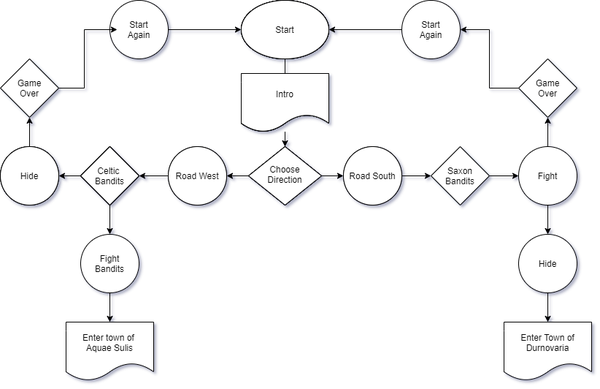
Earlier version of the draw.io export assets/flowchart_main.png (tadhgnolan/fall-of-roman-britain). Source tidied: cells renumbered, new cells last; positions are measured from the earlier drawing's top-left corner, leaving out a move shared by most shapes.
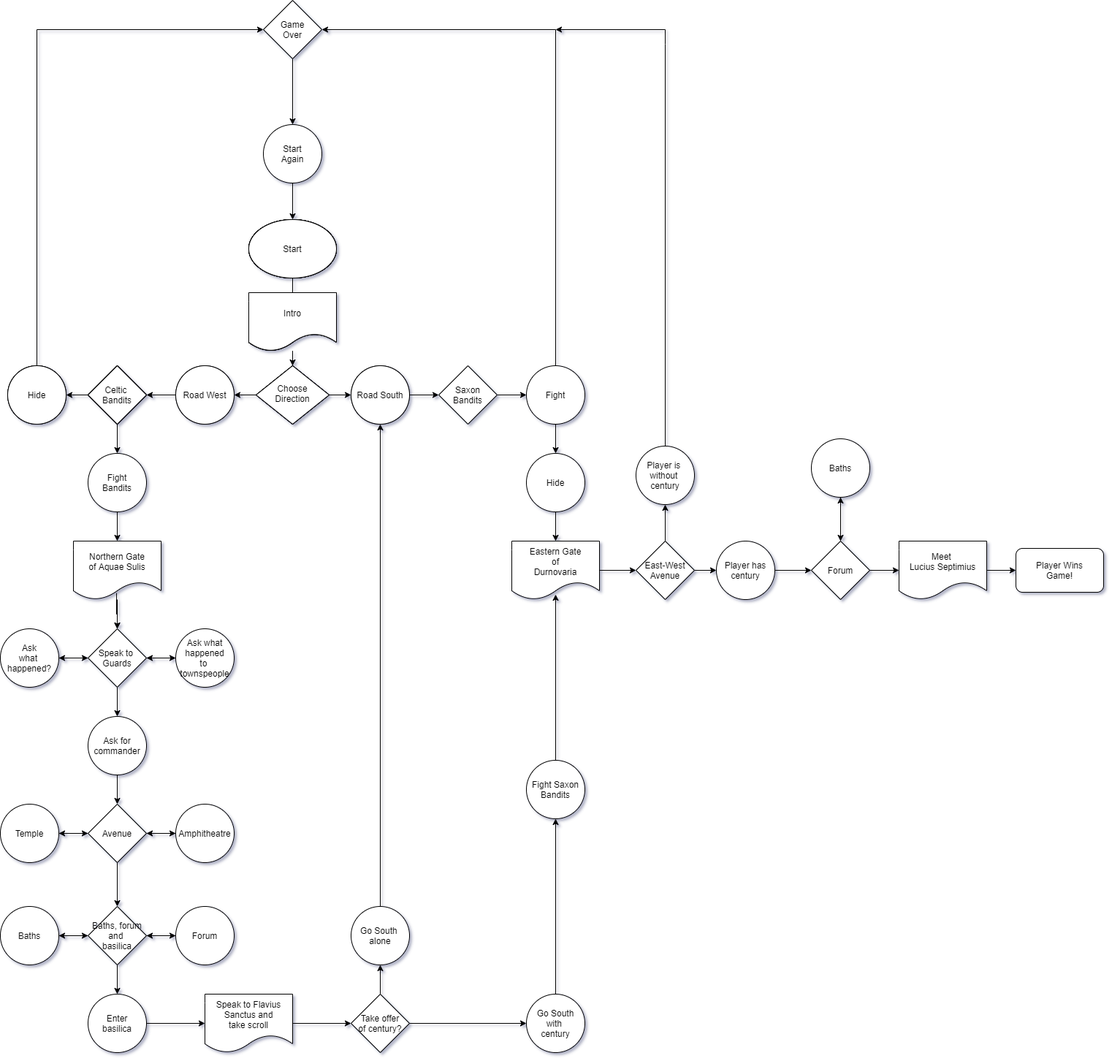
Later version of the same file.

Commit message:
Add revised flow chart

The edit, as a diff of the source:
```diff
@@ -68,9 +68,13 @@
     <mxCell id="22" value="Intro" style="shape=document;whiteSpace=wrap;html=1;boundedLbl=1;" parent="1" vertex="1">
       <mxGeometry x="330" y="100" width="120" height="80" as="geometry" />
     </mxCell>
-    <mxCell id="23" style="edgeStyle=orthogonalEdgeStyle;rounded=0;jettySize=auto;html=1;entryX=0.5;entryY=1;entryDx=0;entryDy=0;" parent="1" edge="1" source="24" target="55">
-      <mxGeometry relative="1" as="geometry" />
-    </mxCell>
+    <mxCell id="56" style="edgeStyle=orthogonalEdgeStyle;rounded=0;jettySize=auto;html=1;entryX=0;entryY=0.5;entryDx=0;entryDy=0;" parent="1" edge="1" source="24" target="64">
+      <mxGeometry relative="1" as="geometry">
+        <Array as="points">
+          <mxPoint x="40" y="-260" />
+        </Array>
+      </mxGeometry>
+    </mxCell>
     <mxCell id="24" value="Hide" style="ellipse;whiteSpace=wrap;html=1;" parent="1" vertex="1">
       <mxGeometry y="200" width="80" height="80" as="geometry" />
     </mxCell>
@@ -122,38 +126,39 @@
     <mxCell id="40" value="Road West" style="ellipse;whiteSpace=wrap;html=1;" parent="1" vertex="1">
       <mxGeometry x="230" y="200" width="80" height="80" as="geometry" />
     </mxCell>
+    <mxCell id="57" style="edgeStyle=orthogonalEdgeStyle;rounded=0;jettySize=auto;html=1;entryX=0.5;entryY=0;entryDx=0;entryDy=0;" parent="1" edge="1" source="41" target="68">
+      <mxGeometry relative="1" as="geometry" />
+    </mxCell>
+    <mxCell id="58" style="edgeStyle=orthogonalEdgeStyle;rounded=0;jettySize=auto;html=1;exitX=0.492;exitY=0.888;exitDx=0;exitDy=0;exitPerimeter=0;" parent="1" edge="1" source="41" target="68">
+      <mxGeometry relative="1" as="geometry" />
+    </mxCell>
-    <mxCell id="41" value="Enter town of&amp;nbsp;&lt;br&gt;Aquae Sulis" style="shape=document;whiteSpace=wrap;html=1;boundedLbl=1;" parent="1" vertex="1">
+    <mxCell id="41" value="Northern Gate&lt;br&gt;of Aquae Sulis" style="shape=document;whiteSpace=wrap;html=1;boundedLbl=1;" parent="1" vertex="1">
       <mxGeometry x="90" y="440" width="120" height="80" as="geometry" />
     </mxCell>
-    <mxCell id="42" style="edgeStyle=orthogonalEdgeStyle;rounded=0;jettySize=auto;html=1;" parent="1" edge="1" source="44" target="46">
-      <mxGeometry relative="1" as="geometry" />
-    </mxCell>
     <mxCell id="43" style="edgeStyle=orthogonalEdgeStyle;rounded=0;jettySize=auto;html=1;" parent="1" edge="1" source="44" target="53">
       <mxGeometry relative="1" as="geometry" />
     </mxCell>
+    <mxCell id="59" style="edgeStyle=orthogonalEdgeStyle;rounded=0;jettySize=auto;html=1;" parent="1" edge="1" source="44" target="64">
+      <mxGeometry relative="1" as="geometry">
+        <Array as="points">
+          <mxPoint x="750" y="-260" />
+        </Array>
+      </mxGeometry>
+    </mxCell>
     <mxCell id="44" value="Fight" style="ellipse;whiteSpace=wrap;html=1;" parent="1" vertex="1">
       <mxGeometry x="710" y="200" width="80" height="80" as="geometry" />
     </mxCell>
-    <mxCell id="45" style="edgeStyle=orthogonalEdgeStyle;rounded=0;jettySize=auto;html=1;" parent="1" edge="1" source="46" target="48">
-      <mxGeometry relative="1" as="geometry" />
-    </mxCell>
-    <mxCell id="46" value="Game&lt;br&gt;Over" style="rhombus;whiteSpace=wrap;html=1;" parent="1" vertex="1">
-      <mxGeometry x="710" y="80" width="80" height="80" as="geometry" />
-    </mxCell>
-    <mxCell id="47" style="edgeStyle=orthogonalEdgeStyle;rounded=0;jettySize=auto;html=1;" parent="1" edge="1" source="48" target="32">
-      <mxGeometry relative="1" as="geometry" />
-    </mxCell>
-    <mxCell id="48" value="Start&lt;br&gt;Again" style="ellipse;whiteSpace=wrap;html=1;" parent="1" vertex="1">
-      <mxGeometry x="550" width="80" height="80" as="geometry" />
-    </mxCell>
+    <mxCell id="60" style="edgeStyle=orthogonalEdgeStyle;rounded=0;jettySize=auto;html=1;" parent="1" edge="1" source="49" target="106">
+      <mxGeometry relative="1" as="geometry" />
+    </mxCell>
-    <mxCell id="49" value="Enter Town of&lt;br&gt;Durnovaria" style="shape=document;whiteSpace=wrap;html=1;boundedLbl=1;" parent="1" vertex="1">
+    <mxCell id="49" value="Eastern Gate&lt;br&gt;of&lt;br&gt;Durnovaria" style="shape=document;whiteSpace=wrap;html=1;boundedLbl=1;" parent="1" vertex="1">
       <mxGeometry x="690" y="440" width="120" height="80" as="geometry" />
     </mxCell>
-    <mxCell id="50" style="edgeStyle=orthogonalEdgeStyle;rounded=0;jettySize=auto;html=1;entryX=0;entryY=0.5;entryDx=0;entryDy=0;" parent="1" edge="1" source="51" target="32">
-      <mxGeometry relative="1" as="geometry" />
-    </mxCell>
+    <mxCell id="61" style="edgeStyle=orthogonalEdgeStyle;rounded=0;jettySize=auto;html=1;" parent="1" edge="1" source="51" target="62">
+      <mxGeometry relative="1" as="geometry" />
+    </mxCell>
     <mxCell id="51" value="Start&lt;br&gt;Again" style="ellipse;whiteSpace=wrap;html=1;" parent="1" vertex="1">
-      <mxGeometry x="150" width="80" height="80" as="geometry" />
+      <mxGeometry x="350" y="-130" width="80" height="80" as="geometry" />
     </mxCell>
     <mxCell id="52" style="edgeStyle=orthogonalEdgeStyle;rounded=0;jettySize=auto;html=1;" parent="1" edge="1" source="53" target="49">
       <mxGeometry relative="1" as="geometry" />
@@ -161,11 +166,186 @@
     <mxCell id="53" value="Hide" style="ellipse;whiteSpace=wrap;html=1;" parent="1" vertex="1">
       <mxGeometry x="710" y="320" width="80" height="80" as="geometry" />
     </mxCell>
-    <mxCell id="54" style="edgeStyle=orthogonalEdgeStyle;rounded=0;jettySize=auto;html=1;entryX=0.125;entryY=0.5;entryDx=0;entryDy=0;entryPerimeter=0;" parent="1" edge="1" source="55" target="51">
-      <mxGeometry relative="1" as="geometry" />
-    </mxCell>
-    <mxCell id="55" value="Game&lt;br&gt;Over" style="rhombus;whiteSpace=wrap;html=1;" parent="1" vertex="1">
-      <mxGeometry y="80" width="80" height="80" as="geometry" />
-    </mxCell>
+    <mxCell id="62" value="Start" style="ellipse;whiteSpace=wrap;html=1;" parent="1" vertex="1">
+      <mxGeometry x="330" width="120" height="80" as="geometry" />
+    </mxCell>
+    <mxCell id="63" style="edgeStyle=orthogonalEdgeStyle;rounded=0;jettySize=auto;html=1;" parent="1" edge="1" source="64" target="51">
+      <mxGeometry relative="1" as="geometry" />
+    </mxCell>
+    <mxCell id="64" value="Game&lt;br&gt;Over" style="rhombus;whiteSpace=wrap;html=1;" parent="1" vertex="1">
+      <mxGeometry x="350" y="-300" width="80" height="80" as="geometry" />
+    </mxCell>
+    <mxCell id="65" style="edgeStyle=orthogonalEdgeStyle;rounded=0;jettySize=auto;html=1;" parent="1" edge="1" source="68" target="70">
+      <mxGeometry relative="1" as="geometry" />
+    </mxCell>
+    <mxCell id="66" style="edgeStyle=orthogonalEdgeStyle;rounded=0;jettySize=auto;html=1;entryX=0;entryY=0.5;entryDx=0;entryDy=0;" parent="1" edge="1" source="68" target="74">
+      <mxGeometry relative="1" as="geometry" />
+    </mxCell>
+    <mxCell id="67" style="edgeStyle=orthogonalEdgeStyle;rounded=0;jettySize=auto;html=1;entryX=0.5;entryY=0;entryDx=0;entryDy=0;" parent="1" edge="1" source="68" target="72">
+      <mxGeometry relative="1" as="geometry" />
+    </mxCell>
+    <mxCell id="68" value="Speak to&amp;nbsp;&lt;br&gt;Guards" style="rhombus;whiteSpace=wrap;html=1;" parent="1" vertex="1">
+      <mxGeometry x="110" y="560" width="80" height="80" as="geometry" />
+    </mxCell>
+    <mxCell id="69" style="edgeStyle=orthogonalEdgeStyle;rounded=0;jettySize=auto;html=1;entryX=0;entryY=0.5;entryDx=0;entryDy=0;" parent="1" edge="1" source="70" target="68">
+      <mxGeometry relative="1" as="geometry" />
+    </mxCell>
+    <mxCell id="70" value="Ask&lt;br&gt;what&amp;nbsp;&lt;br&gt;happened?" style="ellipse;whiteSpace=wrap;html=1;" parent="1" vertex="1">
+      <mxGeometry x="-10" y="560" width="80" height="80" as="geometry" />
+    </mxCell>
+    <mxCell id="71" style="edgeStyle=orthogonalEdgeStyle;rounded=0;jettySize=auto;html=1;" parent="1" edge="1" source="72" target="78">
+      <mxGeometry relative="1" as="geometry" />
+    </mxCell>
+    <mxCell id="72" value="Ask for&lt;br&gt;commander" style="ellipse;whiteSpace=wrap;html=1;" parent="1" vertex="1">
+      <mxGeometry x="110" y="680" width="80" height="80" as="geometry" />
+    </mxCell>
+    <mxCell id="73" style="edgeStyle=orthogonalEdgeStyle;rounded=0;jettySize=auto;html=1;" parent="1" edge="1" source="74" target="68">
+      <mxGeometry relative="1" as="geometry" />
+    </mxCell>
+    <mxCell id="74" value="Ask what&lt;br&gt;happened&lt;br&gt;to&amp;nbsp;&lt;br&gt;townspeople" style="ellipse;whiteSpace=wrap;html=1;" parent="1" vertex="1">
+      <mxGeometry x="230" y="560" width="80" height="80" as="geometry" />
+    </mxCell>
+    <mxCell id="75" style="edgeStyle=orthogonalEdgeStyle;rounded=0;jettySize=auto;html=1;" parent="1" edge="1" source="78" target="82">
+      <mxGeometry relative="1" as="geometry" />
+    </mxCell>
+    <mxCell id="76" style="edgeStyle=orthogonalEdgeStyle;rounded=0;jettySize=auto;html=1;entryX=1;entryY=0.5;entryDx=0;entryDy=0;" parent="1" edge="1" source="78" target="80">
+      <mxGeometry relative="1" as="geometry" />
+    </mxCell>
+    <mxCell id="77" style="edgeStyle=orthogonalEdgeStyle;rounded=0;jettySize=auto;html=1;" parent="1" edge="1" source="78" target="86">
+      <mxGeometry relative="1" as="geometry" />
+    </mxCell>
+    <mxCell id="78" value="Avenue" style="rhombus;whiteSpace=wrap;html=1;" parent="1" vertex="1">
+      <mxGeometry x="110" y="800" width="80" height="80" as="geometry" />
+    </mxCell>
+    <mxCell id="79" style="edgeStyle=orthogonalEdgeStyle;rounded=0;jettySize=auto;html=1;entryX=0;entryY=0.5;entryDx=0;entryDy=0;" parent="1" edge="1" source="80" target="78">
+      <mxGeometry relative="1" as="geometry" />
+    </mxCell>
+    <mxCell id="80" value="Temple" style="ellipse;whiteSpace=wrap;html=1;" parent="1" vertex="1">
+      <mxGeometry x="-10" y="800" width="80" height="80" as="geometry" />
+    </mxCell>
+    <mxCell id="81" style="edgeStyle=orthogonalEdgeStyle;rounded=0;jettySize=auto;html=1;entryX=1;entryY=0.5;entryDx=0;entryDy=0;" parent="1" edge="1" source="82" target="78">
+      <mxGeometry relative="1" as="geometry" />
+    </mxCell>
+    <mxCell id="82" value="Amphitheatre" style="ellipse;whiteSpace=wrap;html=1;" parent="1" vertex="1">
+      <mxGeometry x="230" y="800" width="80" height="80" as="geometry" />
+    </mxCell>
+    <mxCell id="83" style="edgeStyle=orthogonalEdgeStyle;rounded=0;jettySize=auto;html=1;" parent="1" edge="1" source="86" target="88">
+      <mxGeometry relative="1" as="geometry" />
+    </mxCell>
+    <mxCell id="84" style="edgeStyle=orthogonalEdgeStyle;rounded=0;jettySize=auto;html=1;entryX=1;entryY=0.5;entryDx=0;entryDy=0;" parent="1" edge="1" source="86" target="90">
+      <mxGeometry relative="1" as="geometry" />
+    </mxCell>
+    <mxCell id="85" style="edgeStyle=orthogonalEdgeStyle;rounded=0;jettySize=auto;html=1;entryX=0.5;entryY=0;entryDx=0;entryDy=0;" parent="1" edge="1" source="86" target="92">
+      <mxGeometry relative="1" as="geometry" />
+    </mxCell>
+    <mxCell id="86" value="Baths, forum&lt;br&gt;and&amp;nbsp;&lt;br&gt;basilica" style="rhombus;whiteSpace=wrap;html=1;" parent="1" vertex="1">
+      <mxGeometry x="110" y="940" width="80" height="80" as="geometry" />
+    </mxCell>
+    <mxCell id="87" style="edgeStyle=orthogonalEdgeStyle;rounded=0;jettySize=auto;html=1;" parent="1" edge="1" source="88" target="86">
+      <mxGeometry relative="1" as="geometry" />
+    </mxCell>
+    <mxCell id="88" value="Forum" style="ellipse;whiteSpace=wrap;html=1;" parent="1" vertex="1">
+      <mxGeometry x="230" y="940" width="80" height="80" as="geometry" />
+    </mxCell>
+    <mxCell id="89" style="edgeStyle=orthogonalEdgeStyle;rounded=0;jettySize=auto;html=1;entryX=0;entryY=0.5;entryDx=0;entryDy=0;" parent="1" edge="1" source="90" target="86">
+      <mxGeometry relative="1" as="geometry" />
+    </mxCell>
+    <mxCell id="90" value="Baths" style="ellipse;whiteSpace=wrap;html=1;" parent="1" vertex="1">
+      <mxGeometry x="-10" y="940" width="80" height="80" as="geometry" />
+    </mxCell>
+    <mxCell id="91" style="edgeStyle=orthogonalEdgeStyle;rounded=0;jettySize=auto;html=1;" parent="1" edge="1" source="92" target="96">
+      <mxGeometry relative="1" as="geometry" />
+    </mxCell>
+    <mxCell id="92" value="Enter&lt;br&gt;basilica" style="ellipse;whiteSpace=wrap;html=1;" parent="1" vertex="1">
+      <mxGeometry x="110" y="1060" width="80" height="80" as="geometry" />
+    </mxCell>
+    <mxCell id="93" style="edgeStyle=orthogonalEdgeStyle;rounded=0;jettySize=auto;html=1;entryX=0.5;entryY=1;entryDx=0;entryDy=0;" parent="1" edge="1" source="94" target="103">
+      <mxGeometry relative="1" as="geometry" />
+    </mxCell>
+    <mxCell id="94" value="Go South&lt;br&gt;with&amp;nbsp;&lt;br&gt;century" style="ellipse;whiteSpace=wrap;html=1;" parent="1" vertex="1">
+      <mxGeometry x="710" y="1060" width="80" height="80" as="geometry" />
+    </mxCell>
+    <mxCell id="95" style="edgeStyle=orthogonalEdgeStyle;rounded=0;jettySize=auto;html=1;entryX=0;entryY=0.5;entryDx=0;entryDy=0;" parent="1" edge="1" source="96" target="99">
+      <mxGeometry relative="1" as="geometry" />
+    </mxCell>
+    <mxCell id="96" value="Speak to Flavius Sanctus and&lt;br&gt;take scroll" style="shape=document;whiteSpace=wrap;html=1;boundedLbl=1;" parent="1" vertex="1">
+      <mxGeometry x="270" y="1060" width="120" height="80" as="geometry" />
+    </mxCell>
+    <mxCell id="97" style="edgeStyle=orthogonalEdgeStyle;rounded=0;jettySize=auto;html=1;entryX=0.5;entryY=1;entryDx=0;entryDy=0;" parent="1" edge="1" source="99" target="101">
+      <mxGeometry relative="1" as="geometry" />
+    </mxCell>
+    <mxCell id="98" style="edgeStyle=orthogonalEdgeStyle;rounded=0;jettySize=auto;html=1;entryX=0;entryY=0.5;entryDx=0;entryDy=0;" parent="1" edge="1" source="99" target="94">
+      <mxGeometry relative="1" as="geometry" />
+    </mxCell>
+    <mxCell id="99" value="Take offer&lt;br&gt;of century?" style="rhombus;whiteSpace=wrap;html=1;" parent="1" vertex="1">
+      <mxGeometry x="470" y="1060" width="80" height="80" as="geometry" />
+    </mxCell>
+    <mxCell id="100" style="edgeStyle=orthogonalEdgeStyle;rounded=0;jettySize=auto;html=1;" parent="1" edge="1" source="101" target="39">
+      <mxGeometry relative="1" as="geometry" />
+    </mxCell>
+    <mxCell id="101" value="Go South&amp;nbsp;&lt;br&gt;alone" style="ellipse;whiteSpace=wrap;html=1;" parent="1" vertex="1">
+      <mxGeometry x="470" y="940" width="80" height="80" as="geometry" />
+    </mxCell>
+    <mxCell id="102" style="edgeStyle=orthogonalEdgeStyle;rounded=0;jettySize=auto;html=1;entryX=0.5;entryY=0.913;entryDx=0;entryDy=0;entryPerimeter=0;" parent="1" edge="1" source="103" target="49">
+      <mxGeometry relative="1" as="geometry" />
+    </mxCell>
+    <mxCell id="103" value="Fight Saxon&lt;br&gt;Bandits" style="ellipse;whiteSpace=wrap;html=1;" parent="1" vertex="1">
+      <mxGeometry x="710" y="740" width="80" height="80" as="geometry" />
+    </mxCell>
+    <mxCell id="104" style="edgeStyle=orthogonalEdgeStyle;rounded=0;jettySize=auto;html=1;" parent="1" edge="1" source="106">
+      <mxGeometry relative="1" as="geometry">
+        <mxPoint x="970" y="480" as="targetPoint" />
+      </mxGeometry>
+    </mxCell>
+    <mxCell id="105" style="edgeStyle=orthogonalEdgeStyle;rounded=0;jettySize=auto;html=1;entryX=0.5;entryY=1;entryDx=0;entryDy=0;" parent="1" edge="1" source="106" target="117">
+      <mxGeometry relative="1" as="geometry" />
+    </mxCell>
+    <mxCell id="106" value="East-West&lt;br&gt;Avenue" style="rhombus;whiteSpace=wrap;html=1;" parent="1" vertex="1">
+      <mxGeometry x="860" y="440" width="80" height="80" as="geometry" />
+    </mxCell>
+    <mxCell id="107" style="edgeStyle=orthogonalEdgeStyle;rounded=0;jettySize=auto;html=1;" parent="1" edge="1" source="109" target="113">
+      <mxGeometry relative="1" as="geometry" />
+    </mxCell>
+    <mxCell id="108" style="edgeStyle=orthogonalEdgeStyle;rounded=0;jettySize=auto;html=1;" parent="1" edge="1" source="109" target="115">
+      <mxGeometry relative="1" as="geometry" />
+    </mxCell>
+    <mxCell id="109" value="Forum" style="rhombus;whiteSpace=wrap;html=1;" parent="1" vertex="1">
+      <mxGeometry x="1100" y="440" width="80" height="80" as="geometry" />
+    </mxCell>
+    <mxCell id="110" style="edgeStyle=orthogonalEdgeStyle;rounded=0;jettySize=auto;html=1;entryX=0;entryY=0.5;entryDx=0;entryDy=0;" parent="1" edge="1" source="111" target="109">
+      <mxGeometry relative="1" as="geometry" />
+    </mxCell>
+    <mxCell id="111" value="Player has century" style="ellipse;whiteSpace=wrap;html=1;" parent="1" vertex="1">
+      <mxGeometry x="970" y="440" width="80" height="80" as="geometry" />
+    </mxCell>
+    <mxCell id="112" style="edgeStyle=orthogonalEdgeStyle;rounded=0;jettySize=auto;html=1;entryX=0.5;entryY=0;entryDx=0;entryDy=0;" parent="1" edge="1" source="113" target="109">
+      <mxGeometry relative="1" as="geometry" />
+    </mxCell>
+    <mxCell id="113" value="Baths" style="ellipse;whiteSpace=wrap;html=1;" parent="1" vertex="1">
+      <mxGeometry x="1100" y="300" width="80" height="80" as="geometry" />
+    </mxCell>
+    <mxCell id="114" style="edgeStyle=orthogonalEdgeStyle;rounded=0;jettySize=auto;html=1;" parent="1" edge="1" source="115">
+      <mxGeometry relative="1" as="geometry">
+        <mxPoint x="1380" y="480" as="targetPoint" />
+      </mxGeometry>
+    </mxCell>
+    <mxCell id="115" value="Meet&amp;nbsp;&lt;br&gt;Lucius Septimius" style="shape=document;whiteSpace=wrap;html=1;boundedLbl=1;" parent="1" vertex="1">
+      <mxGeometry x="1220" y="440" width="120" height="80" as="geometry" />
+    </mxCell>
+    <mxCell id="116" style="edgeStyle=orthogonalEdgeStyle;rounded=0;jettySize=auto;html=1;" parent="1" edge="1" source="117">
+      <mxGeometry relative="1" as="geometry">
+        <mxPoint x="750" y="-260" as="targetPoint" />
+        <Array as="points">
+          <mxPoint x="900" y="-240" />
+          <mxPoint x="900" y="-240" />
+        </Array>
+      </mxGeometry>
+    </mxCell>
+    <mxCell id="117" value="Player is&amp;nbsp;&lt;br&gt;without&amp;nbsp;&lt;br&gt;century" style="ellipse;whiteSpace=wrap;html=1;" parent="1" vertex="1">
+      <mxGeometry x="860" y="310" width="80" height="80" as="geometry" />
+    </mxCell>
+    <mxCell id="118" value="Player Wins&lt;br&gt;Game!" style="rounded=1;whiteSpace=wrap;html=1;" parent="1" vertex="1">
+      <mxGeometry x="1380" y="450" width="120" height="60" as="geometry" />
+    </mxCell>
   </root>
 </mxGraphModel>
```
